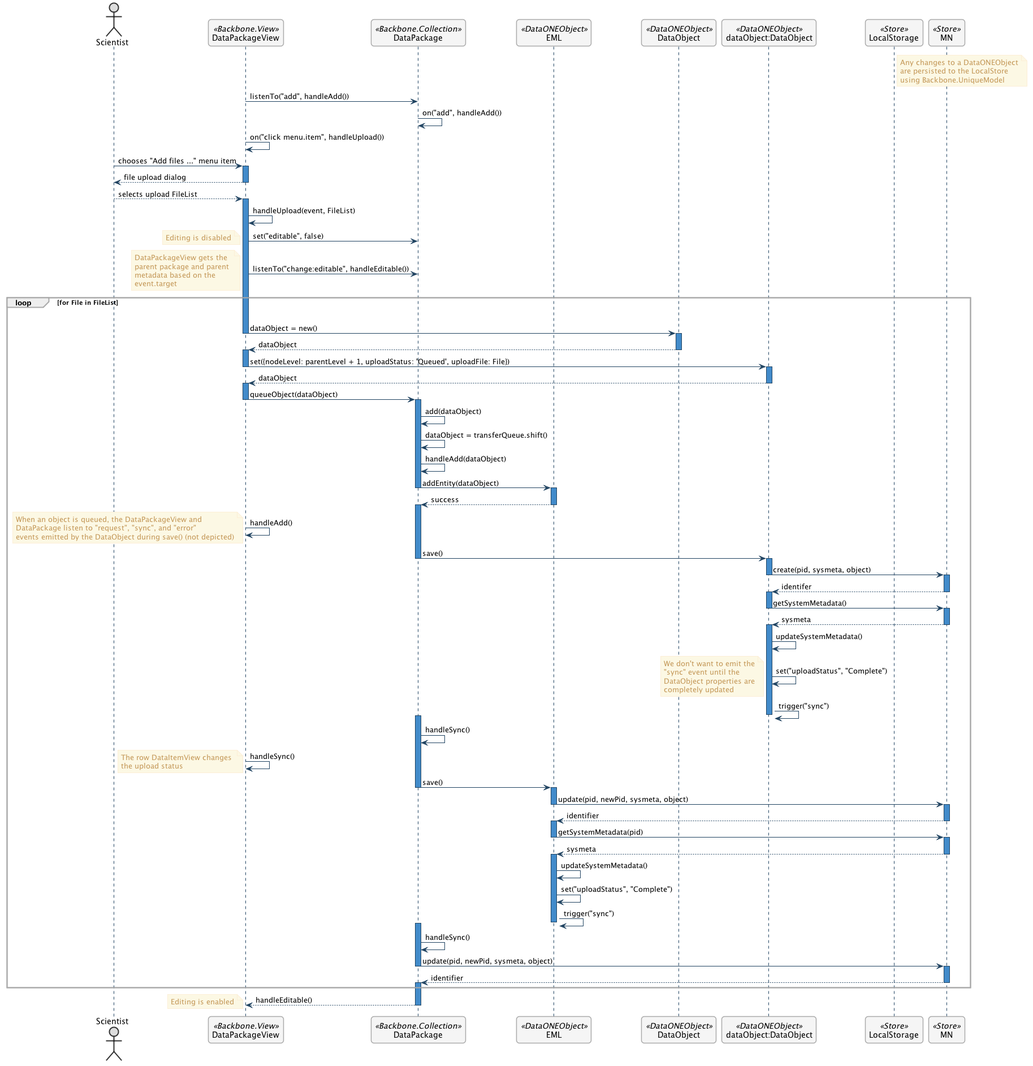
Earlier version of the PlantUML export metacatui/docs/design/editor/use-cases/images/upload-data-sequence-diagram.png (NCEAS/metacatui).
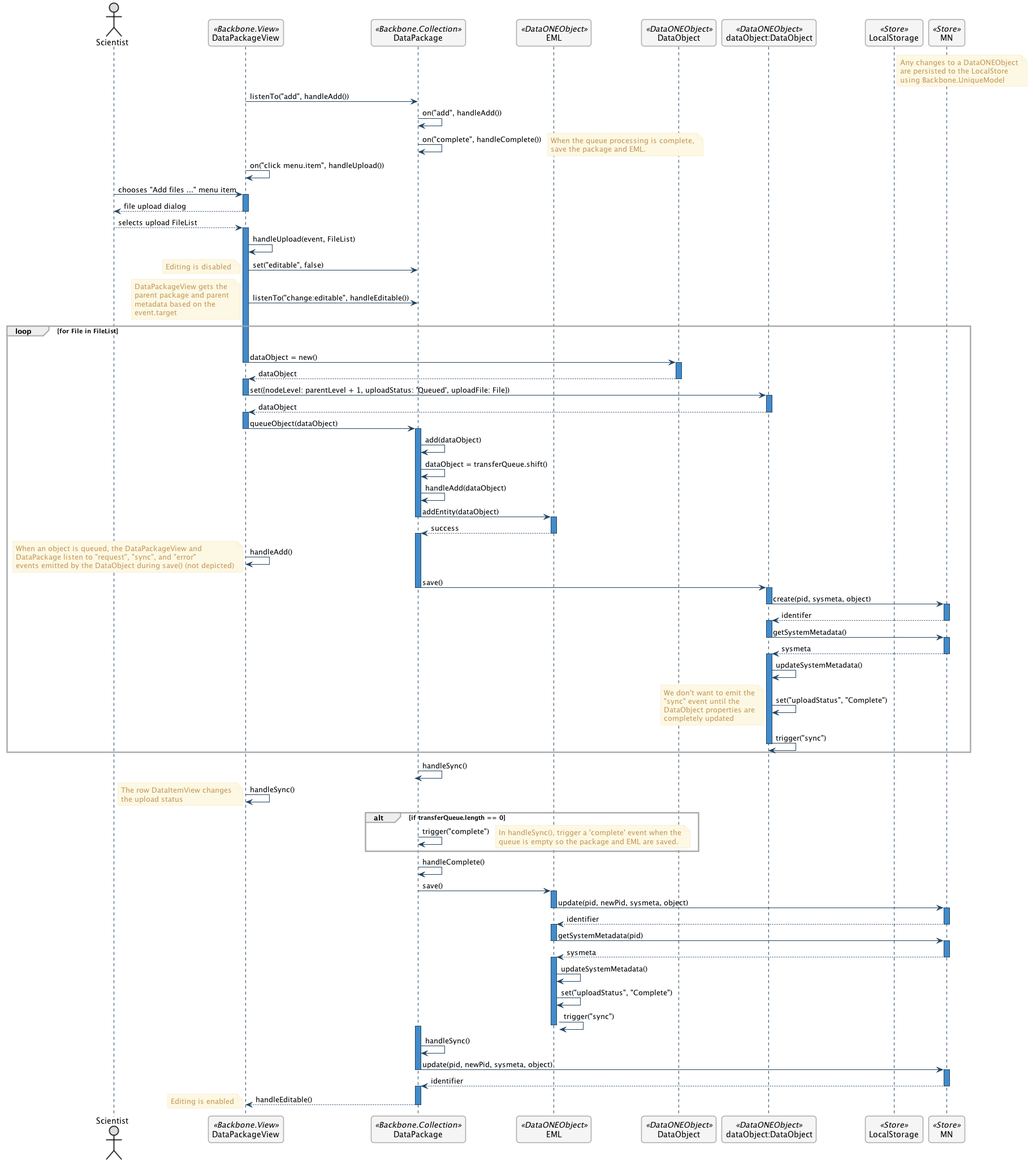
Above is the later version.

Diff of the diagram source:
```diff
@@ -49,6 +49,11 @@
   end note
   PackageView -> DataPackage : listenTo("add", handleAdd())
   DataPackage -> DataPackage : on("add", handleAdd())
+  DataPackage -> DataPackage : on("complete", handleComplete())
+  note right
+    When the queue processing is complete,
+    save the package and EML.
+  end note
 
   PackageView -> PackageView : on("click menu.item", handleUpload())
   Scientist -> PackageView : chooses "Add files ..." menu item
@@ -146,53 +151,63 @@
         end note
         dataObject -> dataObject : trigger("sync")
       deactivate dataObject
-      activate DataPackage
-        DataPackage -> DataPackage : handleSync()
-        PackageView -> PackageView : handleSync()
-        note left
-          The row DataItemView changes
-          the upload status
+    end
+
+    activate DataPackage
+      DataPackage -> DataPackage : handleSync()
+    deactivate DataPackage
+      PackageView -> PackageView : handleSync()
+      note left
+        The row DataItemView changes
+        the upload status
+      end note
+
+      alt if transferQueue.length == 0
+        DataPackage -> DataPackage : trigger("complete")
+        note right
+          In handleSync(), trigger a 'complete' event when the
+          queue is empty so the package and EML are saved.
         end note
-        DataPackage -> EML : save()
-      deactivate DataPackage
+      end
+      DataPackage -> DataPackage : handleComplete()
+      DataPackage -> EML : save()
 
-      activate EML
-        EML -> MN : update(pid, newPid, sysmeta, object)
-      deactivate EML
+    activate EML
+      EML -> MN : update(pid, newPid, sysmeta, object)
+    deactivate EML
 
-      activate MN
-        MN --> EML : identifier
-      deactivate MN
+    activate MN
+      MN --> EML : identifier
+    deactivate MN
 
-      activate EML
-        EML -> MN : getSystemMetadata(pid)
-      deactivate EML
+    activate EML
+      EML -> MN : getSystemMetadata(pid)
+    deactivate EML
 
-      activate MN
-        MN --> EML : sysmeta
-      deactivate MN
+    activate MN
+      MN --> EML : sysmeta
+    deactivate MN
 
-      activate EML
-        EML -> EML : updateSystemMetadata()
-        EML -> EML : set("uploadStatus", "Complete")
-        EML -> EML : trigger("sync")
-      deactivate EML
+    activate EML
+      EML -> EML : updateSystemMetadata()
+      EML -> EML : set("uploadStatus", "Complete")
+      EML -> EML : trigger("sync")
+    deactivate EML
 
-      activate DataPackage
-        DataPackage -> DataPackage : handleSync()
-        DataPackage -> MN : update(pid, newPid, sysmeta, object)
-      deactivate DataPackage
+    activate DataPackage
+      DataPackage -> DataPackage : handleSync()
+      DataPackage -> MN : update(pid, newPid, sysmeta, object)
+    deactivate DataPackage
 
-      activate MN
-        MN --> DataPackage : identifier
-      deactivate MN
-      activate DataPackage
+    activate MN
+      MN --> DataPackage : identifier
+    deactivate MN
+    activate DataPackage
 
-    end
-        DataPackage --> PackageView : handleEditable()
-        note left
-          Editing is enabled
-        end note
-      deactivate DataPackage
+      DataPackage --> PackageView : handleEditable()
+      note left
+        Editing is enabled
+      end note
+    deactivate DataPackage
 
 @enduml
```
